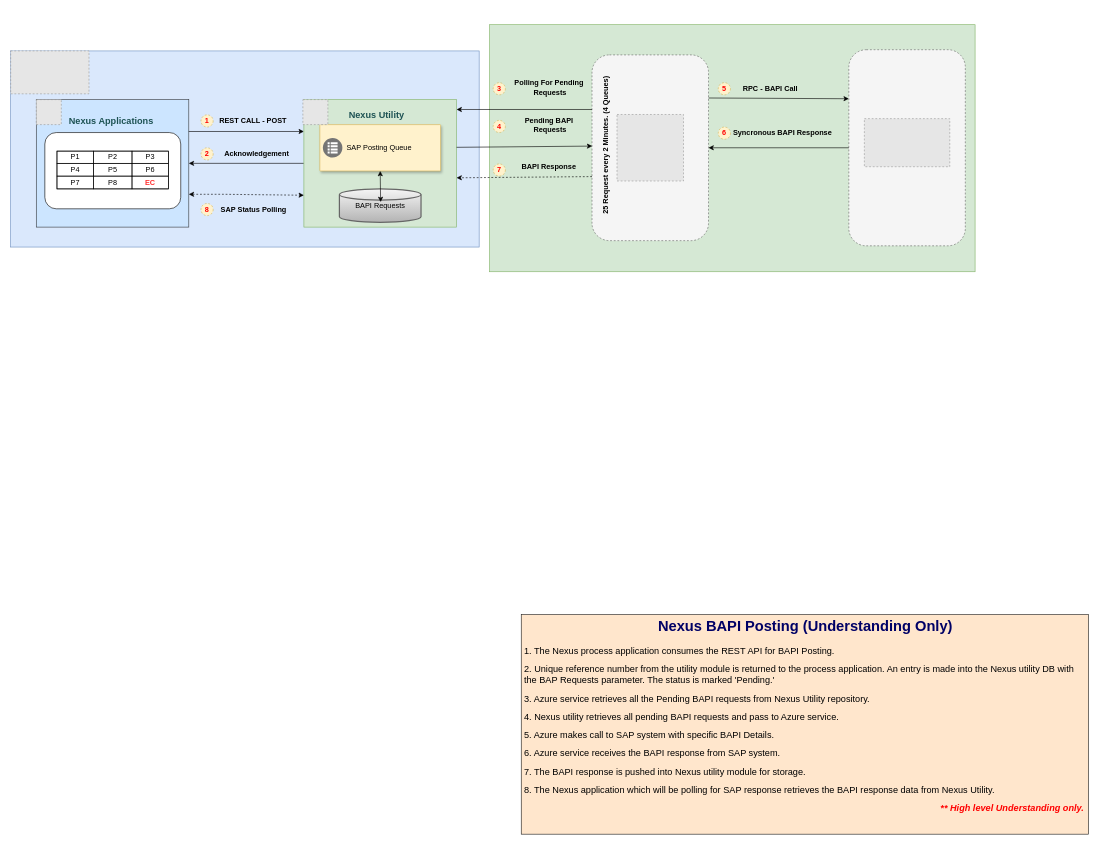
Before: page "BAPI Posting" (2 of 2) of Nexus 4.0 Consulting.drawio in karthiksm2703siemens/Nexus-4.0-Diagrams, a draw.io diagram. Source tidied: cells renumbered, new cells numbered last; positions are measured from the earlier drawing's top-left corner, leaving out a move shared by most shapes. Both pictures are drawn from the tidied source at 61%, with x=0, y=0 at pixel (10, 24). Pictures stored in the file or linked from it are replaced by grey dashed boxes.
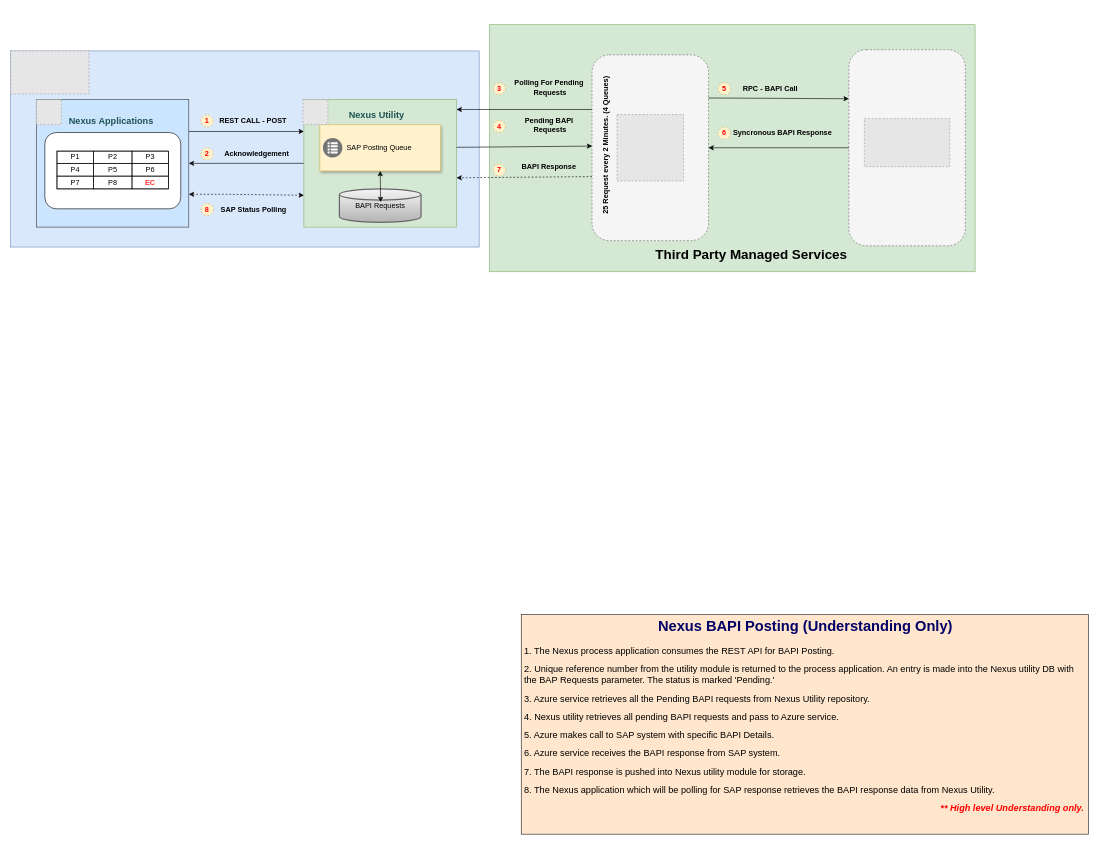
Above is the later version.

Diff of the diagram source:
```diff
@@
+    <mxCell id="59" value="Third Party Managed Services" style="text;strokeColor=none;align=center;fillColor=none;html=1;verticalAlign=middle;whiteSpace=wrap;rounded=0;fontStyle=1;fontSize=22;" parent="1" vertex="1">
+      <mxGeometry x="986" y="362.5" width="457" height="30" as="geometry" />
+    </mxCell>
```
